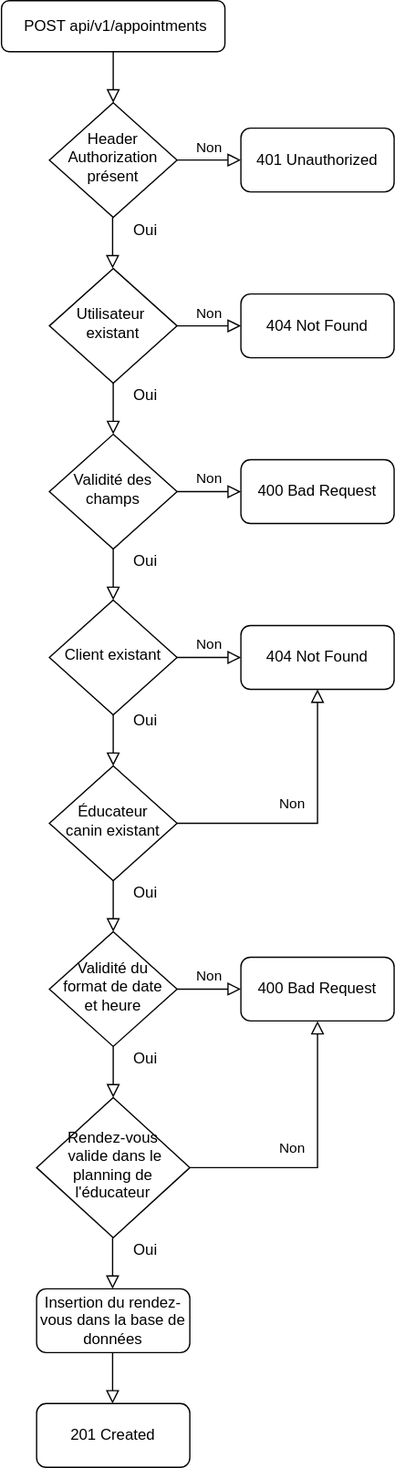
Above: documentation/diagram/drawio/flowchartPostAppointment.svg in jonathanboreljaquet/bj-travail-diplome-2021 (draw.io), before the change. Source tidied: cells renumbered, new cells last; positions are measured from the earlier drawing's top-left corner, leaving out a move shared by most shapes.
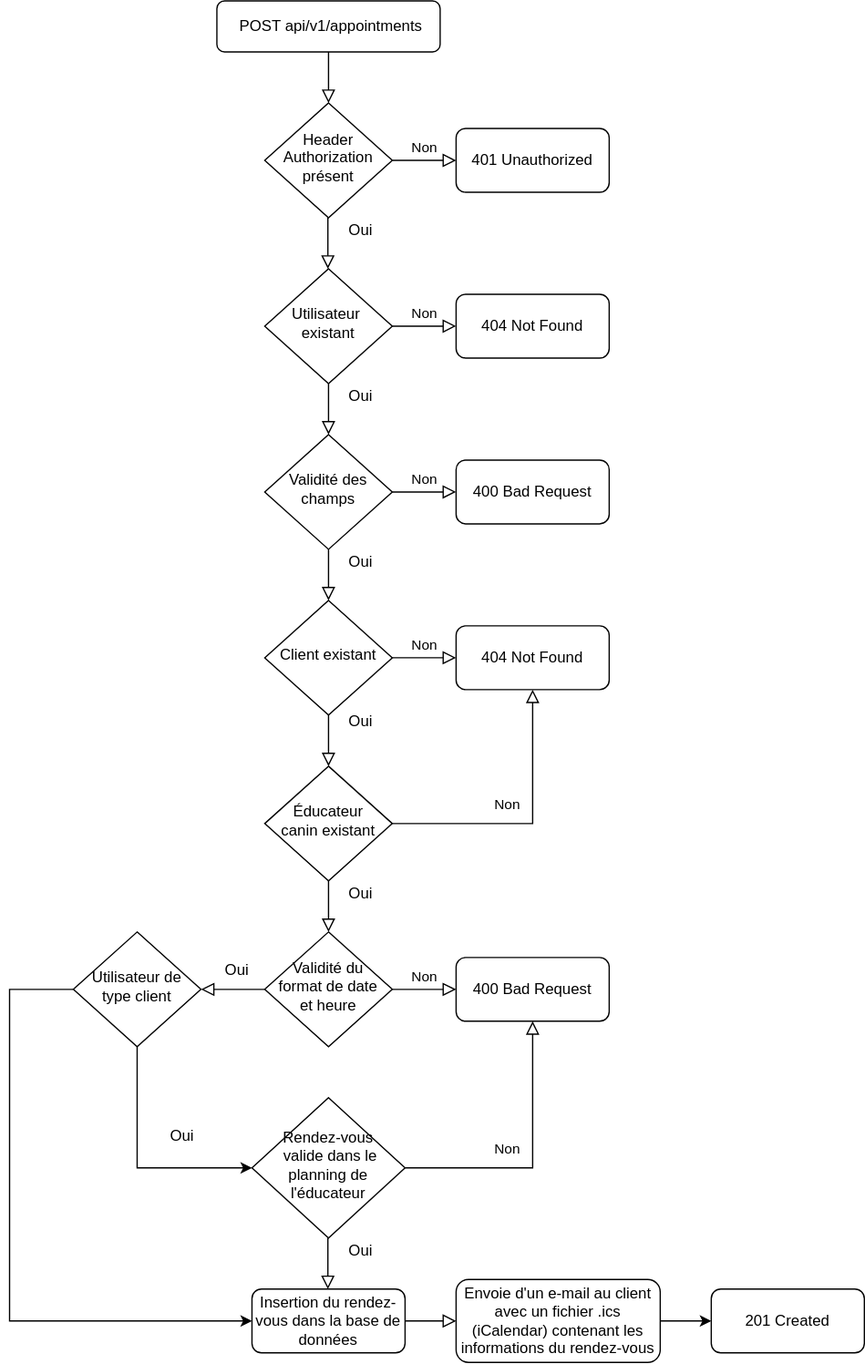
Above is the later version.

Diff of the diagram source:
```diff
@@ -117,14 +117,8 @@
     <mxCell id="30" value="400 Bad Request" style="rounded=1;whiteSpace=wrap;html=1;fontSize=12;glass=0;strokeWidth=1;shadow=0;" parent="1" vertex="1">
       <mxGeometry x="188" y="750" width="120" height="50" as="geometry" />
     </mxCell>
-    <mxCell id="31" style="rounded=0;html=1;jettySize=auto;orthogonalLoop=1;fontSize=11;endArrow=block;endFill=0;endSize=8;strokeWidth=1;shadow=0;labelBackgroundColor=none;edgeStyle=orthogonalEdgeStyle;" parent="1" edge="1">
-      <mxGeometry relative="1" as="geometry">
-        <mxPoint x="88" y="820" as="sourcePoint" />
-        <mxPoint x="88" y="860" as="targetPoint" />
-      </mxGeometry>
-    </mxCell>
     <mxCell id="32" value="Oui" style="text;html=1;align=center;verticalAlign=middle;strokeColor=none;" parent="1" vertex="1">
-      <mxGeometry x="98" y="820" width="30" height="20" as="geometry" />
+      <mxGeometry x="0.5" y="750" width="30" height="20" as="geometry" />
     </mxCell>
     <mxCell id="33" value="Rendez-vous&lt;br&gt;&amp;nbsp;valide dans le planning de l'éducateur" style="rhombus;whiteSpace=wrap;html=1;shadow=0;fontFamily=Helvetica;fontSize=12;align=center;strokeWidth=1;spacing=6;spacingTop=-4;" parent="1" vertex="1">
       <mxGeometry x="28" y="860" width="120" height="110" as="geometry" />
@@ -144,14 +138,37 @@
     <mxCell id="37" value="Insertion du rendez-vous dans la base de données" style="rounded=1;whiteSpace=wrap;html=1;fontSize=12;glass=0;strokeWidth=1;shadow=0;" parent="1" vertex="1">
       <mxGeometry x="28" y="1010" width="120" height="50" as="geometry" />
     </mxCell>
+    <mxCell id="40" style="edgeStyle=orthogonalEdgeStyle;rounded=0;jettySize=auto;html=1;entryX=0;entryY=0.5;entryDx=0;entryDy=0;" parent="1" edge="1" source="38" target="46">
+      <mxGeometry relative="1" as="geometry" />
+    </mxCell>
-    <mxCell id="38" value="201 Created" style="rounded=1;whiteSpace=wrap;html=1;fontSize=12;glass=0;strokeWidth=1;shadow=0;" parent="1" vertex="1">
-      <mxGeometry x="28" y="1100" width="120" height="50" as="geometry" />
+    <mxCell id="38" value="Envoie d'un e-mail au client avec un fichier .ics (iCalendar) contenant les informations du rendez-vous" style="rounded=1;whiteSpace=wrap;html=1;fontSize=12;glass=0;strokeWidth=1;shadow=0;" parent="1" vertex="1">
+      <mxGeometry x="188" y="1002.5" width="160" height="65" as="geometry" />
     </mxCell>
-    <mxCell id="39" style="rounded=0;html=1;jettySize=auto;orthogonalLoop=1;fontSize=11;endArrow=block;endFill=0;endSize=8;strokeWidth=1;shadow=0;labelBackgroundColor=none;edgeStyle=orthogonalEdgeStyle;" parent="1" edge="1">
-      <mxGeometry relative="1" as="geometry">
-        <mxPoint x="87.5" y="1060" as="sourcePoint" />
-        <mxPoint x="87.5" y="1100" as="targetPoint" />
-      </mxGeometry>
+    <mxCell id="39" style="rounded=0;html=1;jettySize=auto;fontSize=11;endArrow=block;endFill=0;endSize=8;strokeWidth=1;shadow=0;labelBackgroundColor=none;edgeStyle=orthogonalEdgeStyle;exitX=1;exitY=0.5;exitDx=0;exitDy=0;entryX=0;entryY=0.5;entryDx=0;entryDy=0;" parent="1" edge="1" source="37" target="38">
+      <mxGeometry relative="1" as="geometry" />
     </mxCell>
+    <mxCell id="41" style="rounded=0;html=1;jettySize=auto;fontSize=11;endArrow=block;endFill=0;endSize=8;strokeWidth=1;shadow=0;labelBackgroundColor=none;edgeStyle=orthogonalEdgeStyle;exitX=0;exitY=0.5;exitDx=0;exitDy=0;entryX=1;entryY=0.5;entryDx=0;entryDy=0;" parent="1" edge="1" source="28" target="44">
+      <mxGeometry relative="1" as="geometry" />
+    </mxCell>
+    <mxCell id="42" style="edgeStyle=orthogonalEdgeStyle;rounded=0;jettySize=auto;html=1;entryX=0;entryY=0.5;entryDx=0;entryDy=0;exitX=0.5;exitY=1;exitDx=0;exitDy=0;" parent="1" edge="1" source="44" target="33">
+      <mxGeometry relative="1" as="geometry" />
+    </mxCell>
+    <mxCell id="43" style="edgeStyle=orthogonalEdgeStyle;rounded=0;jettySize=auto;html=1;entryX=0;entryY=0.5;entryDx=0;entryDy=0;exitX=0;exitY=0.5;exitDx=0;exitDy=0;" parent="1" edge="1" source="44" target="37">
+      <mxGeometry relative="1" as="geometry">
+        <Array as="points">
+          <mxPoint x="-162" y="775" />
+          <mxPoint x="-162" y="1035" />
+        </Array>
+      </mxGeometry>
+    </mxCell>
+    <mxCell id="44" value="Utilisateur de type client" style="rhombus;whiteSpace=wrap;html=1;shadow=0;fontFamily=Helvetica;fontSize=12;align=center;strokeWidth=1;spacing=6;spacingTop=-4;" parent="1" vertex="1">
+      <mxGeometry x="-112" y="730" width="100" height="90" as="geometry" />
+    </mxCell>
+    <mxCell id="45" value="Oui" style="text;html=1;align=center;verticalAlign=middle;strokeColor=none;" parent="1" vertex="1">
+      <mxGeometry x="-42" y="880" width="30" height="20" as="geometry" />
+    </mxCell>
+    <mxCell id="46" value="201 Created" style="rounded=1;whiteSpace=wrap;html=1;fontSize=12;glass=0;strokeWidth=1;shadow=0;" parent="1" vertex="1">
+      <mxGeometry x="388" y="1010" width="120" height="50" as="geometry" />
+    </mxCell>
   </root>
 </mxGraphModel>
```
